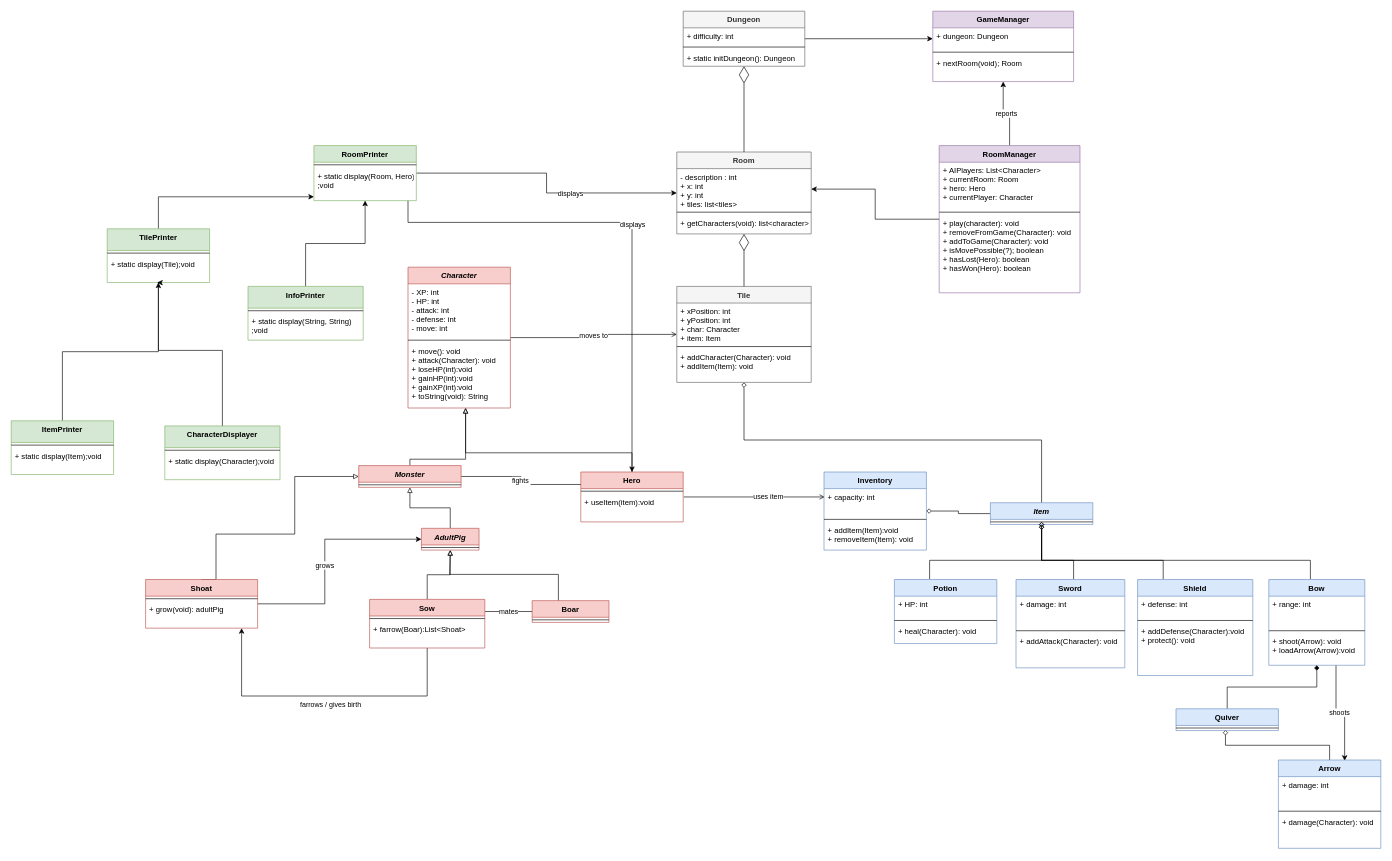
mehdimunim/Cachots-et-Cochons keeps this draw.io diagram as Game class diagram.drawio. Above is the earlier version. Source tidied: cells renumbered, new cells numbered last; positions are measured from the earlier drawing's top-left corner, leaving out a move shared by most shapes. Both pictures are drawn from the tidied source at 64%, with x=0, y=0 at pixel (11, 11).
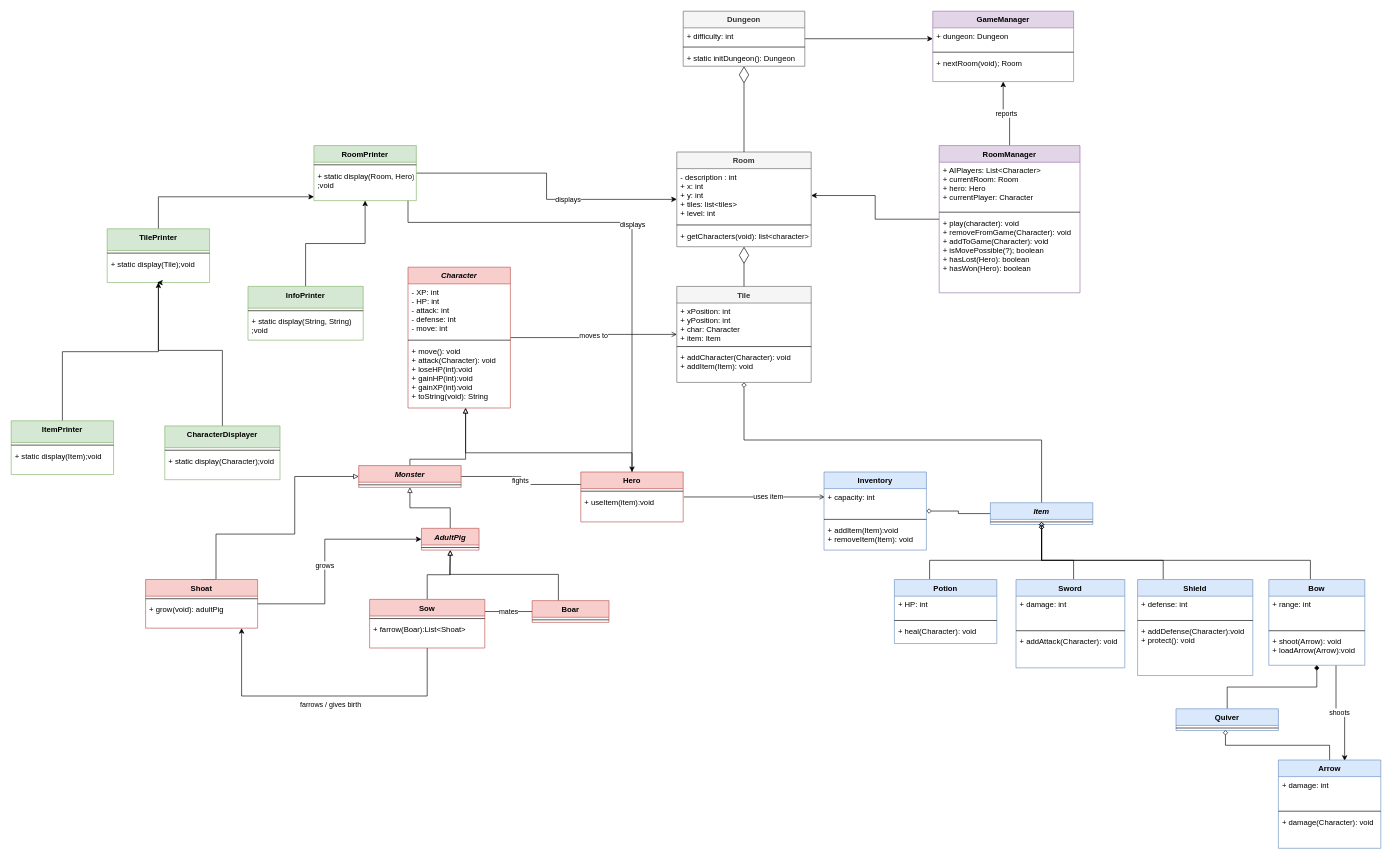
After the change.

Change to the diagram source:
```diff
@@
     <mxCell id="7" value="Room" style="swimlane;fontStyle=1;align=center;verticalAlign=top;horizontal=1;startSize=26;fillColor=#f5f5f5;fontColor=#333333;strokeColor=#666666;" parent="1" vertex="1">
-      <mxGeometry x="1040" y="220" width="210" height="128" as="geometry" />
+      <mxGeometry x="1040" y="220" width="210" height="148" as="geometry" />
     </mxCell>
-    <mxCell id="8" value="- description : int&#10;+ x: int&#10;+ y: int&#10;+ tiles: list&lt;tiles&gt;" style="text;strokeColor=none;fillColor=none;align=left;verticalAlign=top;spacingLeft=4;spacingRight=4;overflow=hidden;points=[[0,0.5],[1,0.5]];portConstraint=eastwest;fontColor=default;" parent="7" vertex="1">
-      <mxGeometry y="26" width="210" height="64" as="geometry" />
+    <mxCell id="8" value="- description : int&#10;+ x: int&#10;+ y: int&#10;+ tiles: list&lt;tiles&gt;&#10;+ level: int" style="text;strokeColor=none;fillColor=none;align=left;verticalAlign=top;spacingLeft=4;spacingRight=4;overflow=hidden;points=[[0,0.5],[1,0.5]];portConstraint=eastwest;fontColor=default;" parent="7" vertex="1">
+      <mxGeometry y="26" width="210" height="84" as="geometry" />
     </mxCell>
     <mxCell id="9" style="line;strokeWidth=1;fillColor=none;align=left;verticalAlign=middle;spacingTop=-1;spacingLeft=3;spacingRight=3;labelPosition=right;" parent="7" vertex="1">
-      <mxGeometry y="90" width="210" height="8" as="geometry" />
+      <mxGeometry y="110" width="210" height="8" as="geometry" />
     </mxCell>
     <mxCell id="10" value="+ getCharacters(void): list&lt;character&gt;" style="text;strokeColor=none;fillColor=none;align=left;verticalAlign=top;spacingLeft=4;spacingRight=4;overflow=hidden;fontColor=default;" parent="7" vertex="1">
-      <mxGeometry y="98" width="210" height="30" as="geometry" />
+      <mxGeometry y="118" width="210" height="30" as="geometry" />
     </mxCell>
```
